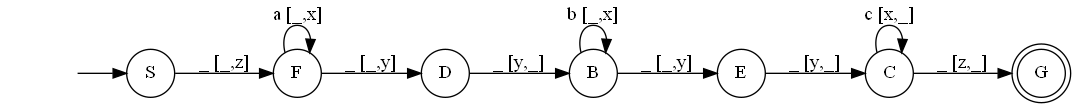
Earlier version of the Graphviz export Automate Picture/AutomataPicture.dot.png (arjen0203/AutomataReader). Its source is kept beside it as Automate Picture/AutomataPicture.dot.
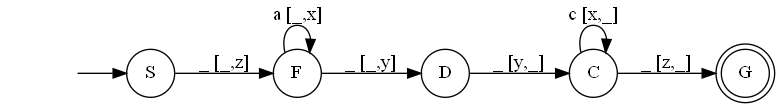
After the change.

Diff of the diagram source:
```diff
@@ -2,21 +2,16 @@
 rankdir=LR;
 "" [shape=none]
 "S" [shape=circle]
-"B" [shape=circle]
 "C" [shape=circle]
 "D" [shape=circle]
-"E" [shape=circle]
 "F" [shape=circle]
 "G" [shape=doublecircle]
 
 "" -> "S"
 "S" -> "F" [label="_ [_,z]"]
-"B" -> "B" [label="b [_,x]"]
-"B" -> "E" [label="_ [_,y]"]
 "C" -> "C" [label="c [x,_]"]
 "C" -> "G" [label="_ [z,_]"]
-"D" -> "B" [label="_ [y,_]"]
-"E" -> "C" [label="_ [y,_]"]
+"D" -> "C" [label="_ [y,_]"]
 "F" -> "F" [label="a [_,x]"]
 "F" -> "D" [label="_ [_,y]"]
 }
```
